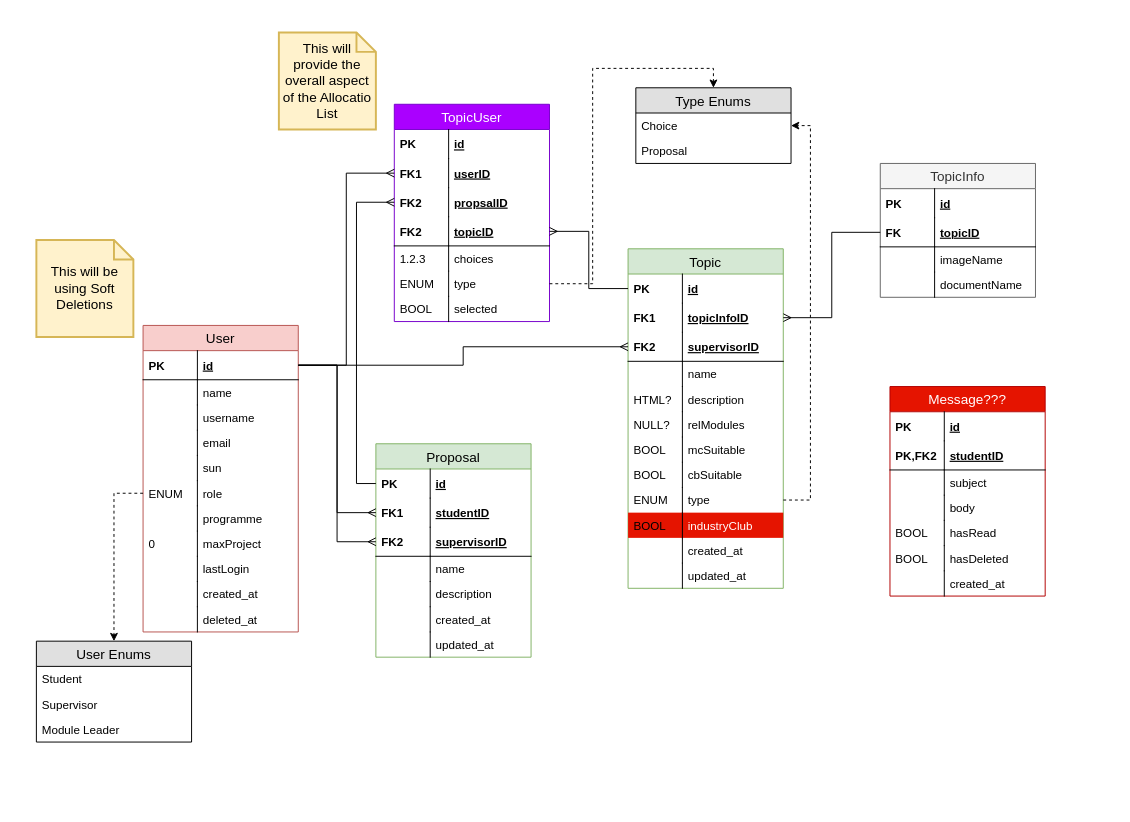
The draw.io diagram DB Diagram.drawio in kkgm13/fypallocsys, before the edit. Source tidied: cells renumbered, new cells numbered last; positions are measured from the earlier drawing's top-left corner, leaving out a move shared by most shapes. Both pictures are drawn from the tidied source at 97%, with x=0, y=0 at pixel (36, 32).
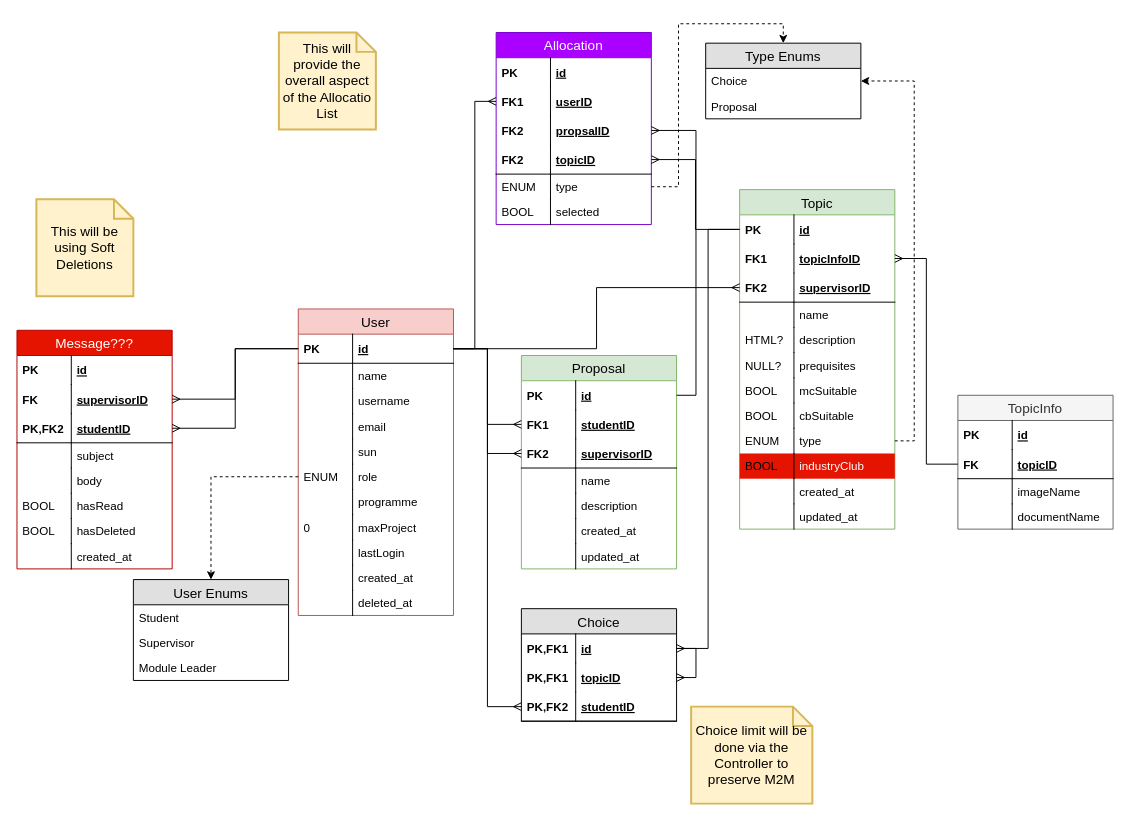
The same diagram, later.

Unchanged cells that the change refers to:
```xml
<mxCell id="3" value="id" style="shape=partialRectangle;top=0;left=0;right=0;bottom=1;align=left;verticalAlign=middle;fillColor=none;spacingLeft=60;spacingRight=4;overflow=hidden;points=[[0,0.5],[1,0.5]];portConstraint=eastwest;fontStyle=5;fontSize=12;" parent="2" vertex="1">
  <mxGeometry y="26" width="160" height="30" as="geometry" />
</mxCell>
<mxCell id="26" value="id" style="shape=partialRectangle;top=0;left=0;right=0;bottom=0;align=left;verticalAlign=middle;fillColor=none;spacingLeft=60;spacingRight=4;overflow=hidden;points=[[0,0.5],[1,0.5]];portConstraint=eastwest;fontStyle=5;fontSize=12;" parent="25" vertex="1">
  <mxGeometry y="26" width="160" height="30" as="geometry" />
</mxCell>
<mxCell id="56" value="propsalID" style="shape=partialRectangle;top=0;left=0;right=0;bottom=0;align=left;verticalAlign=middle;fillColor=none;spacingLeft=60;spacingRight=4;overflow=hidden;points=[[0,0.5],[1,0.5]];portConstraint=eastwest;fontStyle=5;fontSize=12;" parent="51" vertex="1">
  <mxGeometry y="86" width="160" height="30" as="geometry" />
</mxCell>
<mxCell id="69" value="id" style="shape=partialRectangle;top=0;left=0;right=0;bottom=0;align=left;verticalAlign=middle;fillColor=none;spacingLeft=60;spacingRight=4;overflow=hidden;points=[[0,0.5],[1,0.5]];portConstraint=eastwest;fontStyle=5;fontSize=12;" parent="68" vertex="1">
  <mxGeometry y="26" width="160" height="30" as="geometry" />
</mxCell>
```

The edit, as a diff of the source:
```diff
@@
     <mxCell id="2" value="User" style="swimlane;fontStyle=0;horizontal=1;startSize=26;fillColor=#f8cecc;swimlaneFillColor=#ffffff;align=center;fontSize=14;strokeColor=#b85450;" parent="1" vertex="1">
-      <mxGeometry x="110" y="302" width="160" height="316" as="geometry" />
+      <mxGeometry x="270" y="285" width="160" height="316" as="geometry" />
     </mxCell>
@@
     <mxCell id="25" value="Topic" style="swimlane;fontStyle=0;horizontal=1;startSize=26;fillColor=#d5e8d4;swimlaneFillColor=#ffffff;align=center;fontSize=14;strokeColor=#82b366;" parent="1" vertex="1">
-      <mxGeometry x="610" y="223" width="160" height="350" as="geometry" />
+      <mxGeometry x="725" y="162" width="160" height="350" as="geometry" />
     </mxCell>
@@
-    <mxCell id="36" value="relModules" style="shape=partialRectangle;top=0;left=0;right=0;bottom=0;align=left;verticalAlign=top;fillColor=none;spacingLeft=60;spacingRight=4;overflow=hidden;fontSize=12;" parent="25" vertex="1">
+    <mxCell id="36" value="prequisites" style="shape=partialRectangle;top=0;left=0;right=0;bottom=0;align=left;verticalAlign=top;fillColor=none;spacingLeft=60;spacingRight=4;overflow=hidden;fontSize=12;" parent="25" vertex="1">
       <mxGeometry y="168" width="160" height="26" as="geometry" />
     </mxCell>
@@
-    <mxCell id="51" value="TopicUser" style="swimlane;fontStyle=0;horizontal=1;startSize=26;fillColor=#aa00ff;swimlaneFillColor=#ffffff;align=center;fontSize=14;strokeColor=#7700CC;fontColor=#ffffff;" parent="1" vertex="1">
-      <mxGeometry x="369" y="74" width="160" height="224" as="geometry" />
+    <mxCell id="51" value="Allocation" style="swimlane;fontStyle=0;horizontal=1;startSize=26;fillColor=#aa00ff;swimlaneFillColor=#ffffff;align=center;fontSize=14;strokeColor=#7700CC;fontColor=#ffffff;" parent="1" vertex="1">
+      <mxGeometry x="474" width="160" height="198" as="geometry" />
     </mxCell>
@@
-    <mxCell id="60" value="choices" style="shape=partialRectangle;top=0;left=0;right=0;bottom=0;align=left;verticalAlign=top;fillColor=none;spacingLeft=60;spacingRight=4;overflow=hidden;fontSize=12;" parent="51" vertex="1">
-      <mxGeometry y="146" width="160" height="26" as="geometry" />
-    </mxCell>
-    <mxCell id="61" value="1.2.3" style="shape=partialRectangle;top=0;left=0;bottom=0;fillColor=none;align=left;verticalAlign=top;spacingLeft=4;spacingRight=4;overflow=hidden;fontSize=12;" parent="60" vertex="1">
-      <mxGeometry width="56" height="26" as="geometry" />
-    </mxCell>
     <mxCell id="62" value="type" style="shape=partialRectangle;top=0;left=0;right=0;bottom=0;align=left;verticalAlign=top;fillColor=none;spacingLeft=60;spacingRight=4;overflow=hidden;points=[[0,0.5],[1,0.5]];portConstraint=eastwest;fontSize=12;" parent="51" vertex="1">
-      <mxGeometry y="172" width="160" height="26" as="geometry" />
+      <mxGeometry y="146" width="160" height="26" as="geometry" />
     </mxCell>
@@
     <mxCell id="64" value="selected" style="shape=partialRectangle;top=0;left=0;right=0;bottom=0;align=left;verticalAlign=top;fillColor=none;spacingLeft=60;spacingRight=4;overflow=hidden;fontSize=12;" parent="51" vertex="1">
-      <mxGeometry y="198" width="160" height="26" as="geometry" />
+      <mxGeometry y="172" width="160" height="26" as="geometry" />
     </mxCell>
@@
     <mxCell id="68" value="Proposal" style="swimlane;fontStyle=0;horizontal=1;startSize=26;fillColor=#d5e8d4;swimlaneFillColor=#ffffff;align=center;fontSize=14;strokeColor=#82b366;" parent="1" vertex="1">
-      <mxGeometry x="350" y="424" width="160" height="220" as="geometry" />
+      <mxGeometry x="500" y="333" width="160" height="220" as="geometry" />
     </mxCell>
@@
     <mxCell id="85" value="Message???" style="swimlane;fontStyle=0;horizontal=1;startSize=26;fillColor=#e51400;swimlaneFillColor=#ffffff;align=center;fontSize=14;strokeColor=#B20000;fontColor=#ffffff;" parent="1" vertex="1">
-      <mxGeometry x="880" y="365" width="160" height="216" as="geometry" />
+      <mxGeometry x="-20" y="307" width="160" height="246" as="geometry" />
     </mxCell>
@@
+    <mxCell id="123" value="supervisorID" style="shape=partialRectangle;top=0;left=0;right=0;bottom=0;align=left;verticalAlign=middle;fillColor=none;spacingLeft=60;spacingRight=4;overflow=hidden;points=[[0,0.5],[1,0.5]];portConstraint=eastwest;fontStyle=5;fontSize=12;" parent="85" vertex="1">
+      <mxGeometry y="56" width="160" height="30" as="geometry" />
+    </mxCell>
+    <mxCell id="124" value="FK" style="shape=partialRectangle;fontStyle=1;top=0;left=0;bottom=0;fillColor=none;align=left;verticalAlign=middle;spacingLeft=4;spacingRight=4;overflow=hidden;fontSize=12;" parent="123" vertex="1">
+      <mxGeometry width="56" height="30" as="geometry" />
+    </mxCell>
     <mxCell id="88" value="studentID" style="shape=partialRectangle;top=0;left=0;right=0;bottom=1;align=left;verticalAlign=middle;fillColor=none;spacingLeft=60;spacingRight=4;overflow=hidden;points=[[0,0.5],[1,0.5]];portConstraint=eastwest;fontStyle=5;fontSize=12;" parent="85" vertex="1">
-      <mxGeometry y="56" width="160" height="30" as="geometry" />
+      <mxGeometry y="86" width="160" height="30" as="geometry" />
     </mxCell>
@@
     <mxCell id="90" value="subject" style="shape=partialRectangle;top=0;left=0;right=0;bottom=0;align=left;verticalAlign=top;fillColor=none;spacingLeft=60;spacingRight=4;overflow=hidden;fontSize=12;" parent="85" vertex="1">
-      <mxGeometry y="86" width="160" height="26" as="geometry" />
+      <mxGeometry y="116" width="160" height="26" as="geometry" />
     </mxCell>
@@
     <mxCell id="92" value="body" style="shape=partialRectangle;top=0;left=0;right=0;bottom=0;align=left;verticalAlign=top;fillColor=none;spacingLeft=60;spacingRight=4;overflow=hidden;fontSize=12;" parent="85" vertex="1">
-      <mxGeometry y="112" width="160" height="26" as="geometry" />
+      <mxGeometry y="142" width="160" height="26" as="geometry" />
     </mxCell>
@@
     <mxCell id="94" value="hasRead" style="shape=partialRectangle;top=0;left=0;right=0;bottom=0;align=left;verticalAlign=top;fillColor=none;spacingLeft=60;spacingRight=4;overflow=hidden;fontSize=12;" parent="85" vertex="1">
-      <mxGeometry y="138" width="160" height="26" as="geometry" />
+      <mxGeometry y="168" width="160" height="26" as="geometry" />
     </mxCell>
@@
     <mxCell id="96" value="hasDeleted" style="shape=partialRectangle;top=0;left=0;right=0;bottom=0;align=left;verticalAlign=top;fillColor=none;spacingLeft=60;spacingRight=4;overflow=hidden;fontSize=12;" parent="85" vertex="1">
-      <mxGeometry y="164" width="160" height="26" as="geometry" />
+      <mxGeometry y="194" width="160" height="26" as="geometry" />
     </mxCell>
@@
     <mxCell id="98" value="created_at" style="shape=partialRectangle;top=0;left=0;right=0;bottom=0;align=left;verticalAlign=top;fillColor=none;spacingLeft=60;spacingRight=4;overflow=hidden;fontSize=12;" parent="85" vertex="1">
-      <mxGeometry y="190" width="160" height="26" as="geometry" />
+      <mxGeometry y="220" width="160" height="26" as="geometry" />
     </mxCell>
@@
     <mxCell id="100" value="User Enums" style="swimlane;fontStyle=0;horizontal=1;startSize=26;fillColor=#e0e0e0;swimlaneFillColor=#ffffff;align=center;fontSize=14;" parent="1" vertex="1">
-      <mxGeometry y="627.5" width="160" height="104" as="geometry" />
+      <mxGeometry x="100" y="564" width="160" height="104" as="geometry" />
     </mxCell>
@@
     <mxCell id="105" value="Type Enums" style="swimlane;fontStyle=0;horizontal=1;startSize=26;fillColor=#e0e0e0;swimlaneFillColor=#ffffff;align=center;fontSize=14;" parent="1" vertex="1">
-      <mxGeometry x="618" y="57" width="160" height="78" as="geometry" />
+      <mxGeometry x="690" y="11" width="160" height="78" as="geometry" />
     </mxCell>
@@
     <mxCell id="110" value="This will be using Soft Deletions" style="shape=note;strokeWidth=2;fontSize=14;size=20;whiteSpace=wrap;html=1;fillColor=#fff2cc;strokeColor=#d6b656;" parent="1" vertex="1">
-      <mxGeometry y="214" width="100" height="100" as="geometry" />
+      <mxGeometry y="172" width="100" height="100" as="geometry" />
     </mxCell>
     <mxCell id="111" value="TopicInfo" style="swimlane;fontStyle=0;horizontal=1;startSize=26;fillColor=#f5f5f5;swimlaneFillColor=#ffffff;align=center;fontSize=14;strokeColor=#666666;fontColor=#333333;" parent="1" vertex="1">
-      <mxGeometry x="870" y="135" width="160" height="138" as="geometry" />
+      <mxGeometry x="950" y="374" width="160" height="138" as="geometry" />
     </mxCell>
@@
-    <mxCell id="122" style="edgeStyle=orthogonalEdgeStyle;rounded=0;jettySize=auto;html=1;exitX=0;exitY=0.5;exitDx=0;exitDy=0;entryX=0;entryY=0.5;entryDx=0;entryDy=0;endArrow=ERmany;endFill=0;" parent="1" edge="1" source="69" target="56">
+    <mxCell id="122" style="edgeStyle=orthogonalEdgeStyle;rounded=0;jettySize=auto;html=1;exitX=1;exitY=0.5;exitDx=0;exitDy=0;entryX=1;entryY=0.5;entryDx=0;entryDy=0;endArrow=ERmany;endFill=0;" parent="1" edge="1" source="69" target="56">
       <mxGeometry relative="1" as="geometry" />
     </mxCell>
+    <mxCell id="125" style="edgeStyle=orthogonalEdgeStyle;rounded=0;jettySize=auto;html=1;exitX=0;exitY=0.5;exitDx=0;exitDy=0;entryX=1;entryY=0.5;entryDx=0;entryDy=0;endArrow=ERmany;endFill=0;" parent="1" edge="1" source="3" target="123">
+      <mxGeometry relative="1" as="geometry" />
+    </mxCell>
+    <mxCell id="126" style="edgeStyle=orthogonalEdgeStyle;rounded=0;jettySize=auto;html=1;exitX=0;exitY=0.5;exitDx=0;exitDy=0;entryX=1;entryY=0.5;entryDx=0;entryDy=0;endArrow=ERmany;endFill=0;" parent="1" edge="1" source="3" target="88">
+      <mxGeometry relative="1" as="geometry" />
+    </mxCell>
+    <mxCell id="127" value="Choice" style="swimlane;fontStyle=0;horizontal=1;startSize=26;fillColor=#e0e0e0;swimlaneFillColor=#ffffff;align=center;fontSize=14;" parent="1" vertex="1">
+      <mxGeometry x="500" y="594" width="160" height="116" as="geometry" />
+    </mxCell>
+    <mxCell id="128" style="edgeStyle=orthogonalEdgeStyle;rounded=0;jettySize=auto;html=1;exitX=1;exitY=0.5;exitDx=0;exitDy=0;endArrow=ERmany;endFill=0;" parent="127" edge="1" source="129" target="131">
+      <mxGeometry relative="1" as="geometry" />
+    </mxCell>
+    <mxCell id="129" value="id" style="shape=partialRectangle;top=0;left=0;right=0;bottom=0;align=left;verticalAlign=middle;fillColor=none;spacingLeft=60;spacingRight=4;overflow=hidden;points=[[0,0.5],[1,0.5]];portConstraint=eastwest;fontStyle=5;fontSize=12;" parent="127" vertex="1">
+      <mxGeometry y="26" width="160" height="30" as="geometry" />
+    </mxCell>
+    <mxCell id="130" value="PK,FK1" style="shape=partialRectangle;fontStyle=1;top=0;left=0;bottom=0;fillColor=none;align=left;verticalAlign=middle;spacingLeft=4;spacingRight=4;overflow=hidden;fontSize=12;" parent="129" vertex="1">
+      <mxGeometry width="56" height="30" as="geometry" />
+    </mxCell>
+    <mxCell id="131" value="topicID" style="shape=partialRectangle;top=0;left=0;right=0;bottom=0;align=left;verticalAlign=middle;fillColor=none;spacingLeft=60;spacingRight=4;overflow=hidden;points=[[0,0.5],[1,0.5]];portConstraint=eastwest;fontStyle=5;fontSize=12;" parent="127" vertex="1">
+      <mxGeometry y="56" width="160" height="30" as="geometry" />
+    </mxCell>
+    <mxCell id="132" value="PK,FK1" style="shape=partialRectangle;fontStyle=1;top=0;left=0;bottom=0;fillColor=none;align=left;verticalAlign=middle;spacingLeft=4;spacingRight=4;overflow=hidden;fontSize=12;" parent="131" vertex="1">
+      <mxGeometry width="56" height="30" as="geometry" />
+    </mxCell>
+    <mxCell id="133" value="studentID" style="shape=partialRectangle;top=0;left=0;right=0;bottom=1;align=left;verticalAlign=middle;fillColor=none;spacingLeft=60;spacingRight=4;overflow=hidden;points=[[0,0.5],[1,0.5]];portConstraint=eastwest;fontStyle=5;fontSize=12;" parent="127" vertex="1">
+      <mxGeometry y="86" width="160" height="30" as="geometry" />
+    </mxCell>
+    <mxCell id="134" value="PK,FK2" style="shape=partialRectangle;fontStyle=1;top=0;left=0;bottom=0;fillColor=none;align=left;verticalAlign=middle;spacingLeft=4;spacingRight=4;overflow=hidden;fontSize=12;" parent="133" vertex="1">
+      <mxGeometry width="56" height="30" as="geometry" />
+    </mxCell>
+    <mxCell id="135" style="edgeStyle=orthogonalEdgeStyle;rounded=0;jettySize=auto;html=1;exitX=1;exitY=0.5;exitDx=0;exitDy=0;entryX=0;entryY=0.5;entryDx=0;entryDy=0;endArrow=ERmany;endFill=0;" parent="1" edge="1" source="3" target="133">
+      <mxGeometry relative="1" as="geometry" />
+    </mxCell>
+    <mxCell id="136" style="edgeStyle=orthogonalEdgeStyle;rounded=0;jettySize=auto;html=1;exitX=0;exitY=0.5;exitDx=0;exitDy=0;entryX=1;entryY=0.5;entryDx=0;entryDy=0;endArrow=ERmany;endFill=0;" parent="1" edge="1" source="26" target="129">
+      <mxGeometry relative="1" as="geometry" />
+    </mxCell>
+    <mxCell id="137" value="Choice limit will be done via the Controller to preserve M2M" style="shape=note;strokeWidth=2;fontSize=14;size=20;whiteSpace=wrap;html=1;fillColor=#fff2cc;strokeColor=#d6b656;" parent="1" vertex="1">
+      <mxGeometry x="675" y="695" width="125" height="100" as="geometry" />
+    </mxCell>
```
